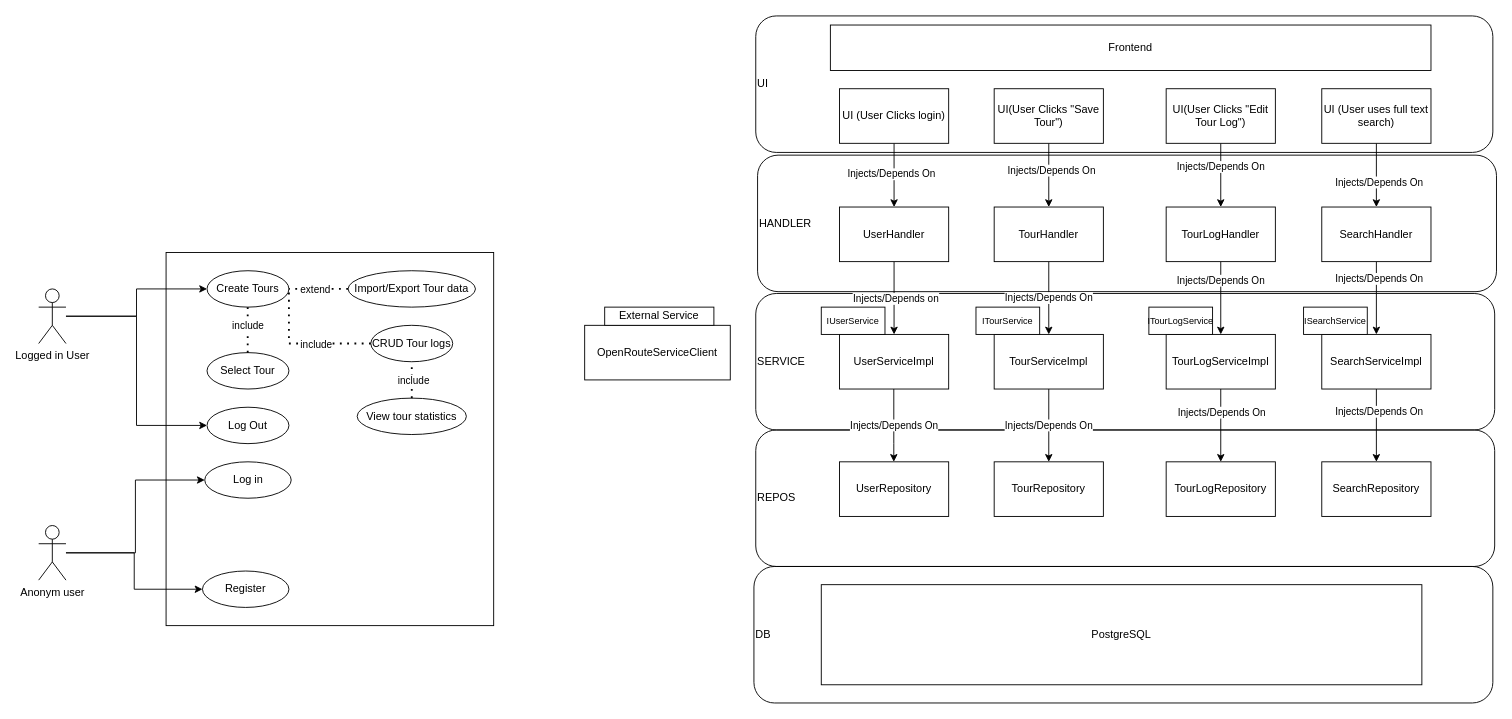
Before: documentation/UseCases.drawio in moggedkk/SWEN_2_Tour_Planner, a draw.io diagram. Source tidied: cells renumbered, new cells numbered last; positions are measured from the earlier drawing's top-left corner, leaving out a move shared by most shapes. Both pictures are drawn from the tidied source at 91%, with x=0, y=0 at pixel (38, 15).
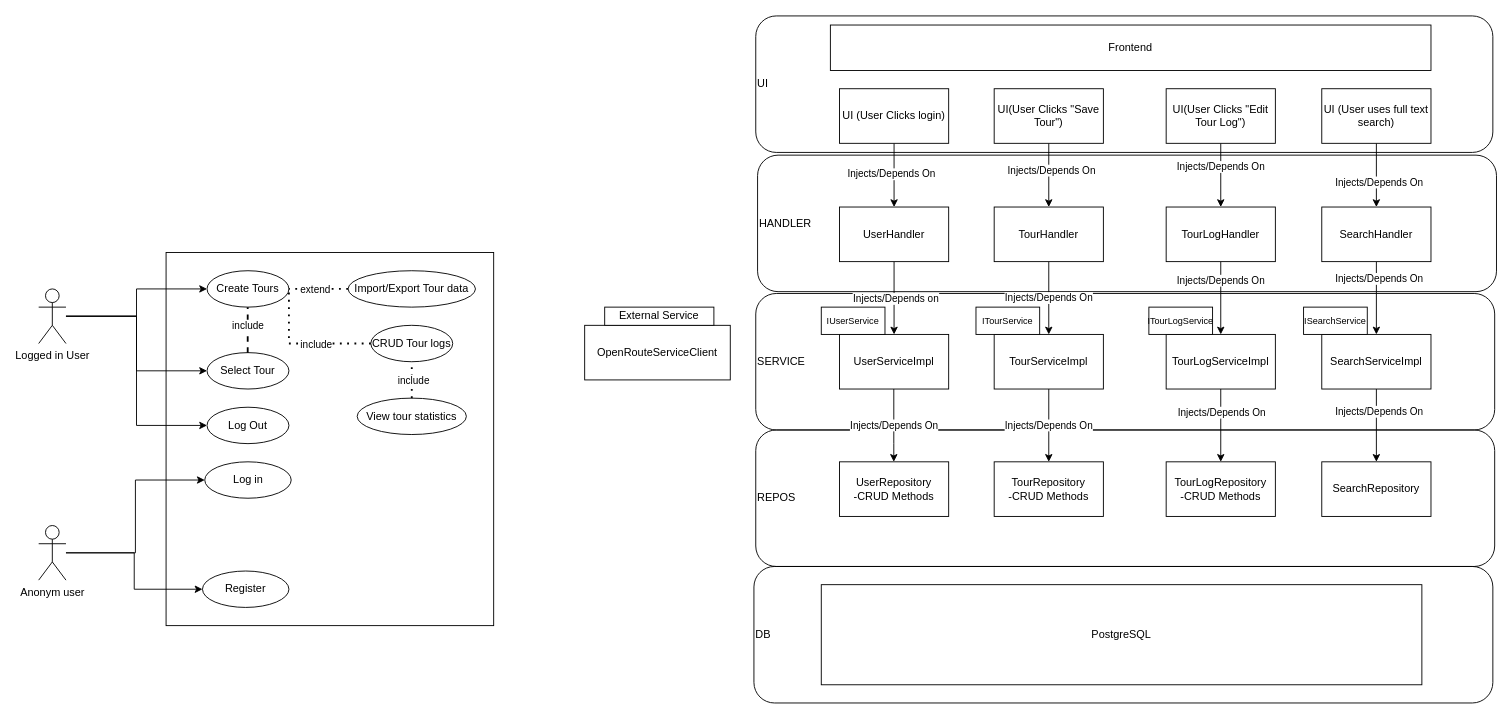
The same diagram, later.

The change refers to these unchanged cells:
```xml
<mxCell id="9" value="Logged in User" style="shape=umlActor;verticalLabelPosition=bottom;verticalAlign=top;html=1;" parent="1" vertex="1">
  <mxGeometry y="300" width="30" height="60" as="geometry" />
</mxCell>
<mxCell id="23" value="Select Tour" style="ellipse;whiteSpace=wrap;html=1;" parent="1" vertex="1">
  <mxGeometry x="185" y="370" width="90" height="40" as="geometry" />
</mxCell>
```

The edit, as a diff of the source:
```diff
@@
+    <mxCell id="76" style="edgeStyle=orthogonalEdgeStyle;rounded=0;jettySize=auto;html=1;entryX=0;entryY=0.5;entryDx=0;entryDy=0;" parent="1" edge="1" source="9" target="23">
+      <mxGeometry relative="1" as="geometry" />
+    </mxCell>
@@
-    <mxCell id="24" style="endArrow=none;dashed=1;html=1;dashPattern=1 3;strokeWidth=2;rounded=0;entryX=0.5;entryY=1;entryDx=0;entryDy=0;exitX=0.5;exitY=0;exitDx=0;exitDy=0;" parent="1" edge="1">
+    <mxCell id="24" style="endArrow=none;html=1;strokeWidth=2;rounded=0;entryX=0.5;entryY=1;entryDx=0;entryDy=0;exitX=0.5;exitY=0;exitDx=0;exitDy=0;dashed=1;" parent="1" edge="1">
       <mxGeometry relative="1" as="geometry">
         <mxPoint x="229.7" y="370" as="sourcePoint" />
         <mxPoint x="229.7" y="320" as="targetPoint" />
       </mxGeometry>
     </mxCell>
@@
-    <mxCell id="35" value="UserRepository" style="rounded=0;whiteSpace=wrap;html=1;" parent="1" vertex="1">
+    <mxCell id="35" value="UserRepository&lt;div&gt;-CRUD Methods&lt;/div&gt;" style="rounded=0;whiteSpace=wrap;html=1;" parent="1" vertex="1">
       <mxGeometry x="880" y="490" width="120" height="60" as="geometry" />
     </mxCell>
@@
-    <mxCell id="46" value="TourRepository" style="rounded=0;whiteSpace=wrap;html=1;" parent="1" vertex="1">
+    <mxCell id="46" value="TourRepository&lt;div&gt;-CRUD Methods&lt;/div&gt;" style="rounded=0;whiteSpace=wrap;html=1;" parent="1" vertex="1">
       <mxGeometry x="1050" y="490" width="120" height="60" as="geometry" />
     </mxCell>
@@
-    <mxCell id="56" value="TourLogRepository" style="rounded=0;whiteSpace=wrap;html=1;" parent="1" vertex="1">
+    <mxCell id="56" value="TourLogRepository&lt;div&gt;-CRUD Methods&lt;/div&gt;" style="rounded=0;whiteSpace=wrap;html=1;" parent="1" vertex="1">
       <mxGeometry x="1239" y="490" width="120" height="60" as="geometry" />
     </mxCell>
```
